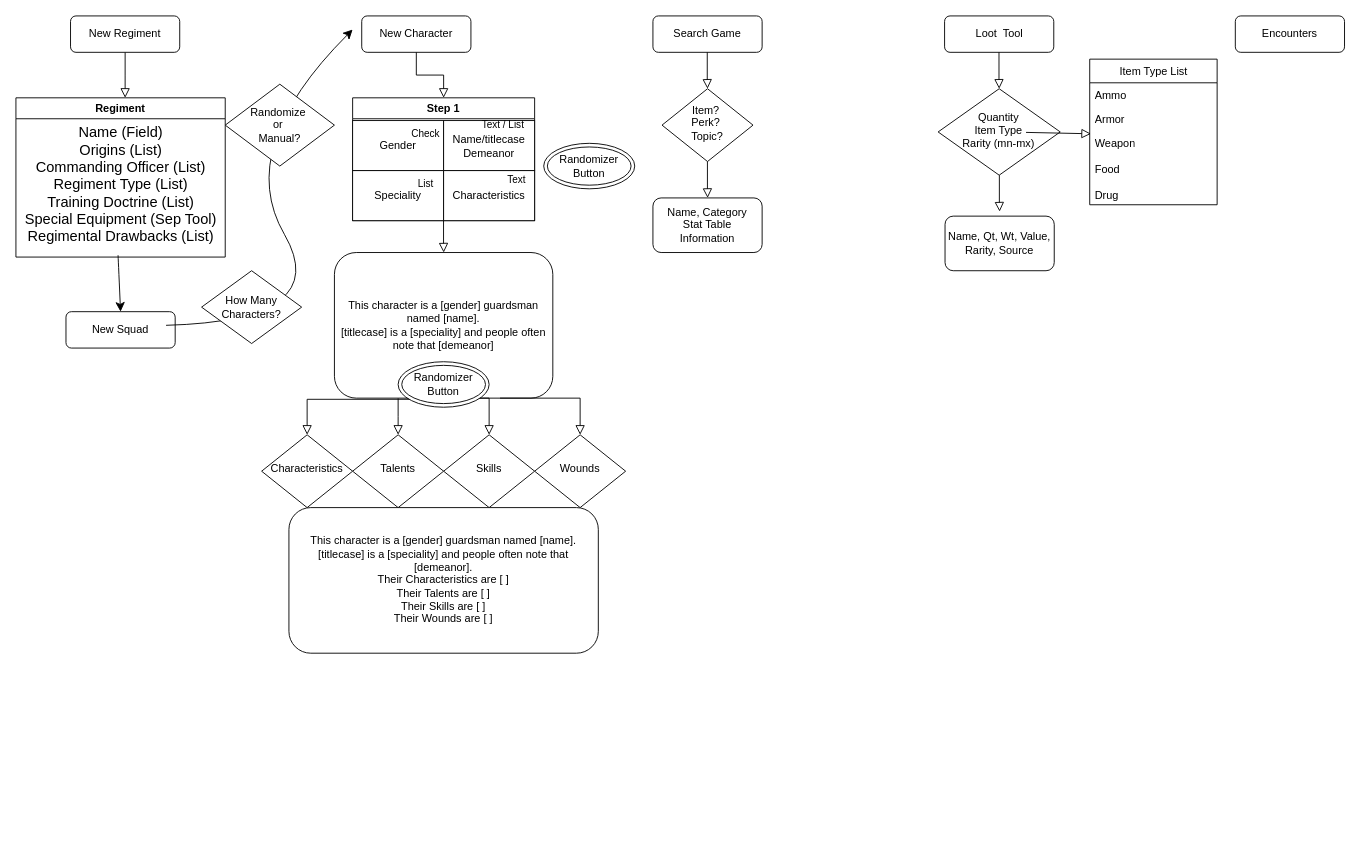
Earlier version of the draw.io diagram wh40k.drawio (stsan0/stsan0.github.io). Source tidied: cells renumbered, new cells numbered last; positions are measured from the earlier drawing's top-left corner, leaving out a move shared by most shapes. Both pictures are drawn from the tidied source at 91%, with x=0, y=0 at pixel (15, 15).
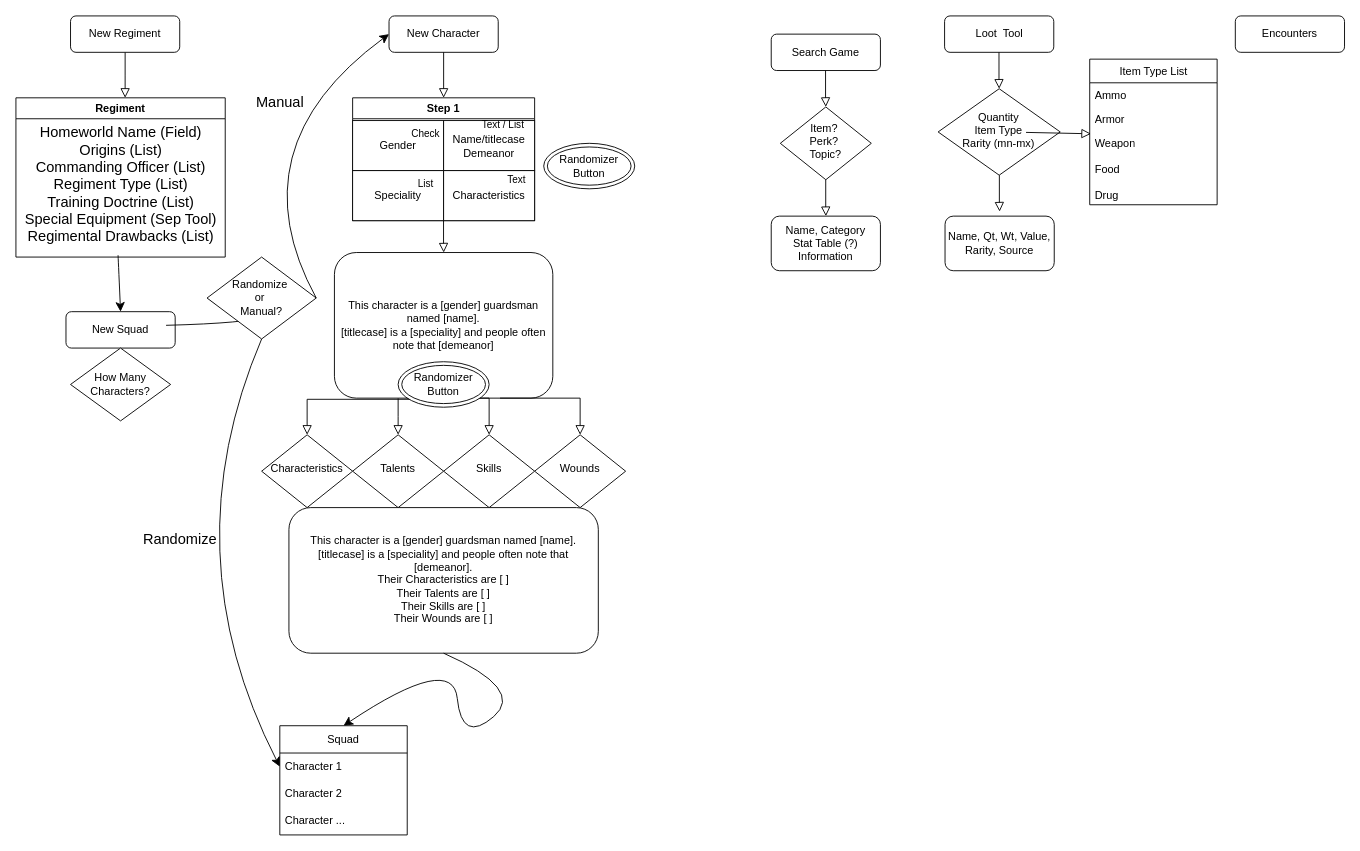
The same page after the edit.

Unchanged cells that the change refers to:
```xml
<mxCell id="36" value="Regiment" style="swimlane;" parent="1" vertex="1">
  <mxGeometry y="90" width="230" height="175" as="geometry" />
</mxCell>
<mxCell id="38" value="This character is a [gender] guardsman named [name].&lt;div&gt;[titlecase] is a [speciality] and people often note that [demeanor].&lt;/div&gt;&lt;div&gt;Their Characteristics are [ ]&lt;/div&gt;&lt;div&gt;Their Talents are [ ]&lt;/div&gt;&lt;div&gt;Their Skills are [ ]&lt;/div&gt;&lt;div&gt;Their Wounds are [ ]&lt;/div&gt;" style="rounded=1;whiteSpace=wrap;html=1;fontSize=12;glass=0;strokeWidth=1;shadow=0;" parent="1" vertex="1">
  <mxGeometry x="300" y="540.3" width="340" height="160" as="geometry" />
</mxCell>
```

Change to the diagram source:
```diff
@@
     <mxCell id="4" value="New Character" style="rounded=1;whiteSpace=wrap;html=1;fontSize=12;glass=0;strokeWidth=1;shadow=0;" parent="1" vertex="1">
-      <mxGeometry x="380" width="120" height="40" as="geometry" />
+      <mxGeometry x="410" width="120" height="40" as="geometry" />
     </mxCell>
     <mxCell id="5" value="Search Game" style="rounded=1;whiteSpace=wrap;html=1;fontSize=12;glass=0;strokeWidth=1;shadow=0;" parent="1" vertex="1">
-      <mxGeometry x="700" width="120" height="40" as="geometry" />
+      <mxGeometry x="830" y="20" width="120" height="40" as="geometry" />
     </mxCell>
@@
     <mxCell id="8" value="Item?&amp;nbsp;&lt;div&gt;Perk?&amp;nbsp;&lt;/div&gt;&lt;div&gt;Topic?&lt;/div&gt;" style="rhombus;whiteSpace=wrap;html=1;shadow=0;fontFamily=Helvetica;fontSize=12;align=center;strokeWidth=1;spacing=6;spacingTop=-4;" parent="1" vertex="1">
-      <mxGeometry x="710" y="80" width="100" height="80" as="geometry" />
+      <mxGeometry x="840" y="100" width="100" height="80" as="geometry" />
     </mxCell>
     <mxCell id="9" style="rounded=0;html=1;jettySize=auto;orthogonalLoop=1;fontSize=11;endArrow=block;endFill=0;endSize=8;strokeWidth=1;shadow=0;labelBackgroundColor=none;edgeStyle=orthogonalEdgeStyle;" parent="1" edge="1">
       <mxGeometry relative="1" as="geometry">
-        <mxPoint x="759.7" y="40" as="sourcePoint" />
-        <mxPoint x="760" y="80" as="targetPoint" />
+        <mxPoint x="889.7" y="60" as="sourcePoint" />
+        <mxPoint x="890" y="100" as="targetPoint" />
         <Array as="points">
-          <mxPoint x="759.7" y="70" />
-          <mxPoint x="759.7" y="70" />
+          <mxPoint x="889.7" y="90" />
+          <mxPoint x="889.7" y="90" />
         </Array>
       </mxGeometry>
     </mxCell>
-    <mxCell id="10" value="Name,&amp;nbsp;&lt;span style=&quot;background-color: initial;&quot;&gt;Category&lt;/span&gt;&lt;div&gt;Stat Table&lt;/div&gt;&lt;div&gt;Information&lt;/div&gt;" style="rounded=1;whiteSpace=wrap;html=1;fontSize=12;glass=0;strokeWidth=1;shadow=0;" parent="1" vertex="1">
-      <mxGeometry x="700" y="200" width="120" height="60" as="geometry" />
+    <mxCell id="10" value="Name,&amp;nbsp;&lt;span style=&quot;background-color: initial;&quot;&gt;Category&lt;/span&gt;&lt;div&gt;Stat Table (?)&lt;/div&gt;&lt;div&gt;Information&lt;/div&gt;" style="rounded=1;whiteSpace=wrap;html=1;fontSize=12;glass=0;strokeWidth=1;shadow=0;" parent="1" vertex="1">
+      <mxGeometry x="830" y="220" width="120" height="60" as="geometry" />
     </mxCell>
     <mxCell id="11" style="rounded=0;html=1;jettySize=auto;orthogonalLoop=1;fontSize=11;endArrow=block;endFill=0;endSize=8;strokeWidth=1;shadow=0;labelBackgroundColor=none;edgeStyle=orthogonalEdgeStyle;" parent="1" edge="1">
       <mxGeometry relative="1" as="geometry">
-        <mxPoint x="759.9" y="160" as="sourcePoint" />
-        <mxPoint x="760.1" y="200" as="targetPoint" />
+        <mxPoint x="889.9" y="180" as="sourcePoint" />
+        <mxPoint x="890.1" y="220" as="targetPoint" />
         <Array as="points">
-          <mxPoint x="759.9" y="190" />
-          <mxPoint x="759.9" y="190" />
+          <mxPoint x="889.9" y="210" />
+          <mxPoint x="889.9" y="210" />
         </Array>
       </mxGeometry>
     </mxCell>
@@
-    <mxCell id="37" value="&lt;div&gt;Name (Field)&lt;/div&gt;Origins (List)&lt;div&gt;Commanding Officer (List)&lt;/div&gt;&lt;div&gt;Regiment Type (List)&lt;/div&gt;&lt;div&gt;Training Doctrine (List)&lt;/div&gt;&lt;div&gt;Special Equipment (Sep Tool)&lt;/div&gt;&lt;div&gt;Regimental Drawbacks (List)&lt;/div&gt;" style="text;html=1;align=center;verticalAlign=middle;points=[];strokeColor=none;fillColor=none;fontSize=16;" parent="36" vertex="1">
+    <mxCell id="37" value="&lt;div&gt;Homeworld Name (Field)&lt;/div&gt;Origins (List)&lt;div&gt;Commanding Officer (List)&lt;/div&gt;&lt;div&gt;Regiment Type (List)&lt;/div&gt;&lt;div&gt;Training Doctrine (List)&lt;/div&gt;&lt;div&gt;Special Equipment (Sep Tool)&lt;/div&gt;&lt;div&gt;Regimental Drawbacks (List)&lt;/div&gt;" style="text;html=1;align=center;verticalAlign=middle;points=[];strokeColor=none;fillColor=none;fontSize=16;" parent="36" vertex="1">
       <mxGeometry y="20" width="230" height="150" as="geometry" />
     </mxCell>
@@
-    <mxCell id="39" style="curved=1;endArrow=classic;html=1;rounded=0;fontSize=12;startSize=8;endSize=8;exitX=1;exitY=0.5;exitDx=0;exitDy=0;entryX=0;entryY=0.5;entryDx=0;entryDy=0;" parent="1" edge="1">
+    <mxCell id="39" style="curved=1;endArrow=classic;html=1;rounded=0;fontSize=12;startSize=8;endSize=8;exitX=1;exitY=0.5;exitDx=0;exitDy=0;entryX=0;entryY=0.5;entryDx=0;entryDy=0;" parent="1" edge="1" source="41" target="4">
       <mxGeometry relative="1" as="geometry">
-        <mxPoint x="165" y="340" as="sourcePoint" />
-        <mxPoint x="370" y="15" as="targetPoint" />
         <Array as="points">
-          <mxPoint x="350" y="335" />
           <mxPoint x="240" y="145" />
         </Array>
       </mxGeometry>
     </mxCell>
     <mxCell id="40" value="How Many&lt;div&gt;Characters?&lt;/div&gt;" style="rhombus;whiteSpace=wrap;html=1;" parent="1" vertex="1">
-      <mxGeometry x="204" y="280" width="110" height="80" as="geometry" />
+      <mxGeometry x="60" y="365" width="110" height="80" as="geometry" />
     </mxCell>
-    <mxCell id="41" value="Randomize&amp;nbsp;&lt;div&gt;or&amp;nbsp;&lt;/div&gt;&lt;div&gt;Manual?&lt;/div&gt;" style="rhombus;whiteSpace=wrap;html=1;" parent="1" vertex="1">
-      <mxGeometry x="230" y="75" width="120" height="90" as="geometry" />
-    </mxCell>
@@
+    <mxCell id="51" style="curved=1;endArrow=classic;html=1;rounded=0;fontSize=12;startSize=8;endSize=8;exitX=0.5;exitY=1;exitDx=0;exitDy=0;entryX=0.5;entryY=0;entryDx=0;entryDy=0;" parent="1" edge="1" source="38" target="52">
+      <mxGeometry relative="1" as="geometry">
+        <Array as="points">
+          <mxPoint x="560" y="740" />
+          <mxPoint x="490" y="800" />
+          <mxPoint x="480" y="700" />
+        </Array>
+      </mxGeometry>
+    </mxCell>
+    <mxCell id="52" value="Squad" style="swimlane;fontStyle=0;horizontal=1;startSize=30;whiteSpace=wrap;html=1;" parent="1" vertex="1">
+      <mxGeometry x="290" y="780" width="140" height="120" as="geometry" />
+    </mxCell>
+    <mxCell id="53" value="Character 1" style="text;strokeColor=none;fillColor=none;align=left;verticalAlign=middle;spacingLeft=4;spacingRight=4;overflow=hidden;points=[[0,0.5],[1,0.5]];portConstraint=eastwest;whiteSpace=wrap;html=1;" parent="52" vertex="1">
+      <mxGeometry y="30" width="140" height="30" as="geometry" />
+    </mxCell>
+    <mxCell id="54" value="Character 2&amp;nbsp;" style="text;strokeColor=none;fillColor=none;align=left;verticalAlign=middle;spacingLeft=4;spacingRight=4;overflow=hidden;whiteSpace=wrap;html=1;" parent="52" vertex="1">
+      <mxGeometry y="60" width="140" height="30" as="geometry" />
+    </mxCell>
+    <mxCell id="55" value="Character ..." style="text;strokeColor=none;fillColor=none;align=left;verticalAlign=middle;spacingLeft=4;spacingRight=4;overflow=hidden;whiteSpace=wrap;html=1;" parent="52" vertex="1">
+      <mxGeometry y="90" width="140" height="30" as="geometry" />
+    </mxCell>
+    <mxCell id="56" style="curved=1;endArrow=classic;html=1;rounded=0;fontSize=12;startSize=8;endSize=8;exitX=1;exitY=0.5;exitDx=0;exitDy=0;entryX=0;entryY=0.5;entryDx=0;entryDy=0;" parent="1" edge="1" target="41">
+      <mxGeometry relative="1" as="geometry">
+        <mxPoint x="165" y="340" as="sourcePoint" />
+        <Array as="points">
+          <mxPoint x="350" y="335" />
+        </Array>
+      </mxGeometry>
+    </mxCell>
+    <mxCell id="57" style="edgeStyle=none;curved=1;rounded=0;jettySize=auto;html=1;exitX=0.5;exitY=1;exitDx=0;exitDy=0;entryX=0;entryY=0.5;entryDx=0;entryDy=0;fontSize=12;startSize=8;endSize=8;" parent="1" edge="1" source="41" target="53">
+      <mxGeometry relative="1" as="geometry">
+        <Array as="points">
+          <mxPoint x="170" y="590" />
+        </Array>
+      </mxGeometry>
+    </mxCell>
+    <mxCell id="41" value="Randomize&amp;nbsp;&lt;div&gt;or&amp;nbsp;&lt;/div&gt;&lt;div&gt;Manual?&lt;/div&gt;" style="rhombus;whiteSpace=wrap;html=1;" parent="1" vertex="1">
+      <mxGeometry x="210" y="265" width="120" height="90" as="geometry" />
+    </mxCell>
+    <mxCell id="58" value="Manual&lt;div&gt;&lt;br&gt;&lt;/div&gt;" style="text;html=1;align=center;verticalAlign=middle;strokeColor=none;fillColor=none;fontSize=16;" parent="1" vertex="1">
+      <mxGeometry x="250" y="80" width="80" height="50" as="geometry" />
+    </mxCell>
+    <mxCell id="59" value="Randomize" style="text;html=1;align=center;verticalAlign=middle;strokeColor=none;fillColor=none;fontSize=16;" parent="1" vertex="1">
+      <mxGeometry x="130" y="560" width="100" height="30" as="geometry" />
+    </mxCell>
```
